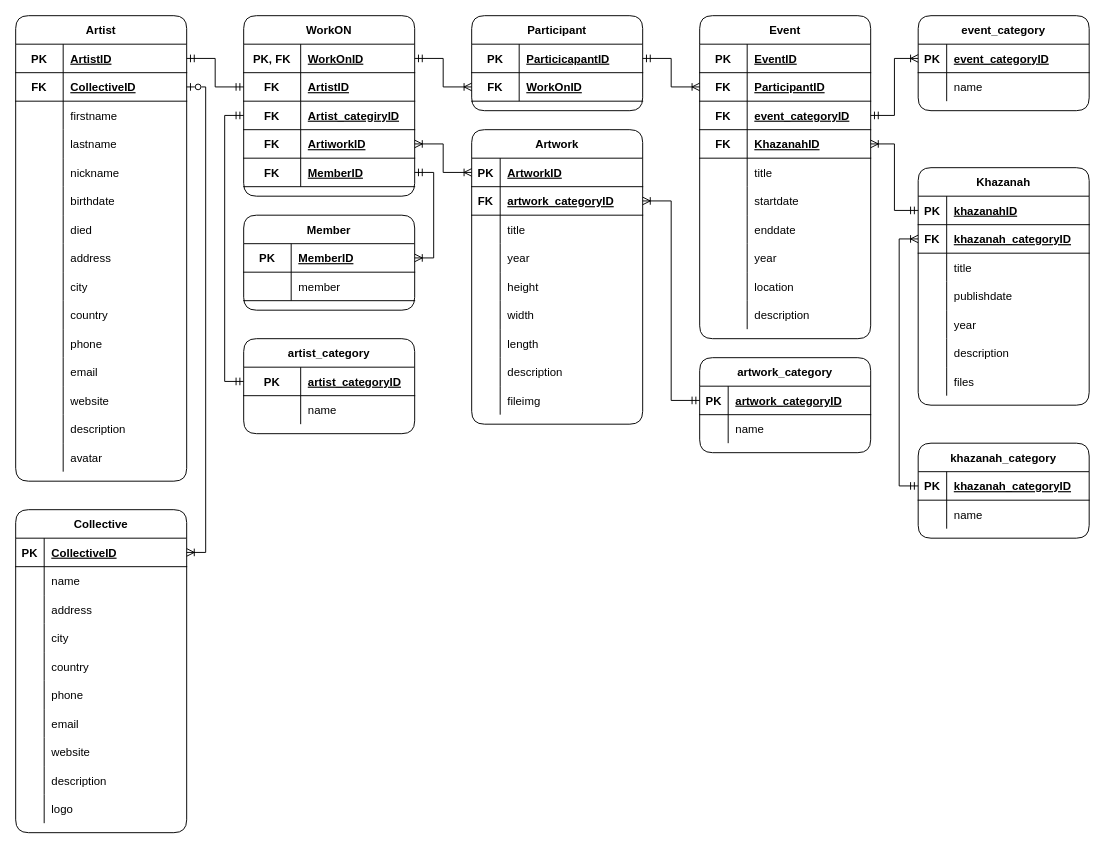
ancientfutures/gitbook keeps this draw.io diagram as page "Erd Baru" (2 of 2) of documents/backend/database/arsipdb.drawio. Above is the earlier version. Source tidied: cells renumbered, new cells numbered last; positions are measured from the earlier drawing's top-left corner, leaving out a move shared by most shapes. Both pictures are drawn from the tidied source at 95%, with x=0, y=0 at pixel (15, 15).
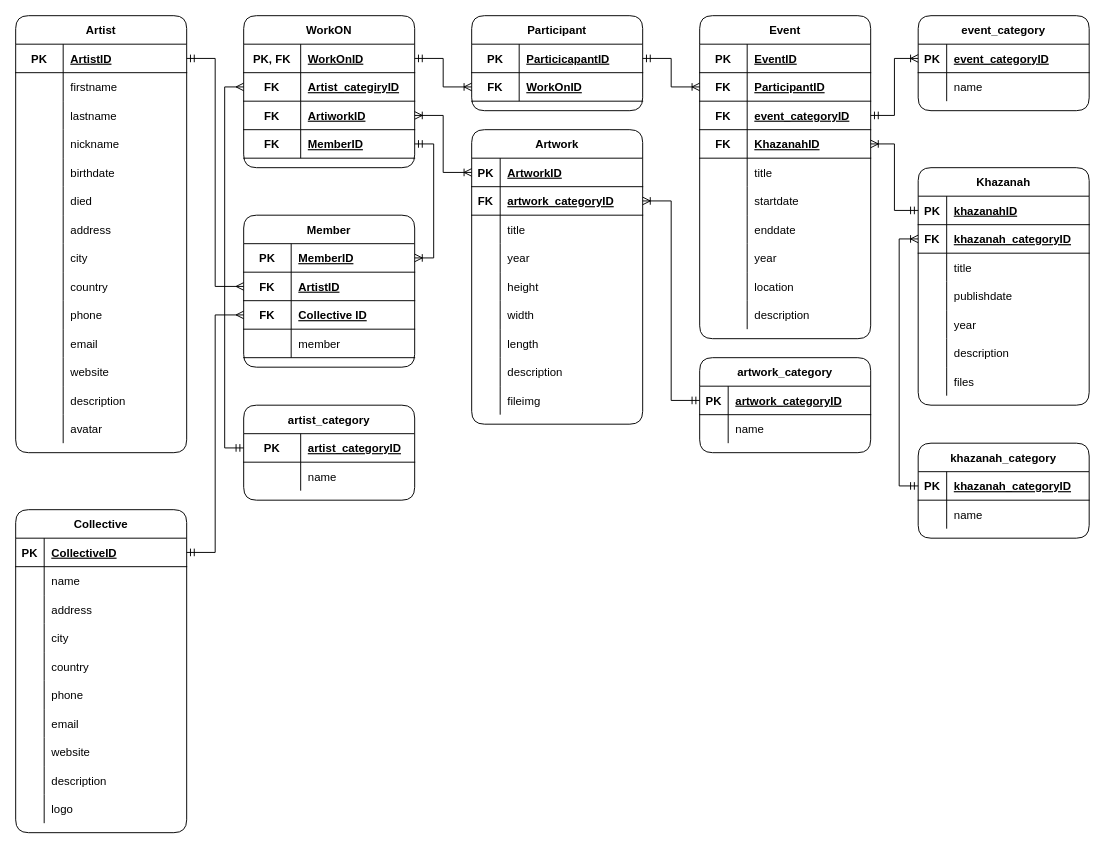
Above is the later version.

The change refers to these unchanged cells:
```xml
<mxCell id="3" style="shape=tableRow;horizontal=0;startSize=0;swimlaneHead=0;swimlaneBody=0;fillColor=none;points=[[0,0.5],[1,0.5]];portConstraint=eastwest;top=0;left=0;right=0;bottom=1;" parent="2" vertex="1">
  <mxGeometry y="30" width="180" height="30" as="geometry" />
</mxCell>
<mxCell id="49" style="shape=tableRow;horizontal=0;startSize=0;swimlaneHead=0;swimlaneBody=0;fillColor=none;points=[[0,0.5],[1,0.5]];portConstraint=eastwest;top=0;left=0;right=0;bottom=1;" parent="48" vertex="1">
  <mxGeometry y="30" width="180" height="30" as="geometry" />
</mxCell>
<mxCell id="182" style="shape=tableRow;horizontal=0;startSize=0;swimlaneHead=0;swimlaneBody=0;fillColor=none;points=[[0,0.5],[1,0.5]];portConstraint=eastwest;top=0;left=0;right=0;bottom=1;" parent="181" vertex="1">
  <mxGeometry y="30" width="180" height="30" as="geometry" />
</mxCell>
```

What changed in the source:
```diff
@@
     <mxCell id="2" value="Artist" style="shape=table;startSize=30;childLayout=tableLayout;rowLines=0;fontStyle=1;align=center;rounded=1;" parent="1" vertex="1">
-      <mxGeometry width="180" height="490" as="geometry" />
+      <mxGeometry width="180" height="460" as="geometry" />
     </mxCell>
@@
-    <mxCell id="6" style="shape=tableRow;horizontal=0;startSize=0;swimlaneHead=0;swimlaneBody=0;fillColor=none;points=[[0,0.5],[1,0.5]];portConstraint=eastwest;top=0;left=0;right=0;bottom=1;" parent="2" vertex="1">
-      <mxGeometry y="60" width="180" height="30" as="geometry" />
-    </mxCell>
-    <mxCell id="7" value="FK" style="shape=partialRectangle;fillColor=none;top=0;left=0;bottom=0;right=0;fontStyle=1;overflow=hidden;" parent="6" vertex="1">
-      <mxGeometry width="50" height="30" as="geometry" />
-    </mxCell>
-    <mxCell id="8" value="CollectiveID" style="shape=partialRectangle;fillColor=none;top=0;left=0;bottom=0;right=0;align=left;spacingLeft=6;fontStyle=5;overflow=hidden;" parent="6" vertex="1">
-      <mxGeometry x="50" width="130" height="30" as="geometry" />
-    </mxCell>
     <mxCell id="9" style="shape=tableRow;horizontal=0;startSize=0;swimlaneHead=0;swimlaneBody=0;fillColor=none;top=0;left=0;right=0;bottom=0;" parent="2" vertex="1">
-      <mxGeometry y="90" width="180" height="30" as="geometry" />
+      <mxGeometry y="60" width="180" height="30" as="geometry" />
     </mxCell>
@@
     <mxCell id="12" style="shape=tableRow;horizontal=0;startSize=0;swimlaneHead=0;swimlaneBody=0;fillColor=none;top=0;left=0;right=0;bottom=0;" parent="2" vertex="1">
-      <mxGeometry y="120" width="180" height="30" as="geometry" />
+      <mxGeometry y="90" width="180" height="30" as="geometry" />
     </mxCell>
@@
     <mxCell id="15" style="shape=tableRow;horizontal=0;startSize=0;swimlaneHead=0;swimlaneBody=0;fillColor=none;top=0;left=0;right=0;bottom=0;" parent="2" vertex="1">
-      <mxGeometry y="150" width="180" height="30" as="geometry" />
+      <mxGeometry y="120" width="180" height="30" as="geometry" />
     </mxCell>
@@
     <mxCell id="18" style="shape=tableRow;horizontal=0;startSize=0;swimlaneHead=0;swimlaneBody=0;fillColor=none;top=0;left=0;right=0;bottom=0;" parent="2" vertex="1">
-      <mxGeometry y="180" width="180" height="30" as="geometry" />
+      <mxGeometry y="150" width="180" height="30" as="geometry" />
     </mxCell>
@@
     <mxCell id="21" style="shape=tableRow;horizontal=0;startSize=0;swimlaneHead=0;swimlaneBody=0;fillColor=none;top=0;left=0;right=0;bottom=0;" parent="2" vertex="1">
-      <mxGeometry y="210" width="180" height="30" as="geometry" />
+      <mxGeometry y="180" width="180" height="30" as="geometry" />
     </mxCell>
@@
     <mxCell id="24" style="shape=tableRow;horizontal=0;startSize=0;swimlaneHead=0;swimlaneBody=0;fillColor=none;top=0;left=0;right=0;bottom=0;" parent="2" vertex="1">
-      <mxGeometry y="240" width="180" height="30" as="geometry" />
+      <mxGeometry y="210" width="180" height="30" as="geometry" />
     </mxCell>
@@
     <mxCell id="27" style="shape=tableRow;horizontal=0;startSize=0;swimlaneHead=0;swimlaneBody=0;fillColor=none;top=0;left=0;right=0;bottom=0;" parent="2" vertex="1">
-      <mxGeometry y="270" width="180" height="30" as="geometry" />
+      <mxGeometry y="240" width="180" height="30" as="geometry" />
     </mxCell>
@@
     <mxCell id="30" style="shape=tableRow;horizontal=0;startSize=0;swimlaneHead=0;swimlaneBody=0;fillColor=none;top=0;left=0;right=0;bottom=0;" parent="2" vertex="1">
-      <mxGeometry y="300" width="180" height="30" as="geometry" />
+      <mxGeometry y="270" width="180" height="30" as="geometry" />
     </mxCell>
@@
     <mxCell id="33" style="shape=tableRow;horizontal=0;startSize=0;swimlaneHead=0;swimlaneBody=0;fillColor=none;top=0;left=0;right=0;bottom=0;" parent="2" vertex="1">
-      <mxGeometry y="330" width="180" height="30" as="geometry" />
+      <mxGeometry y="300" width="180" height="30" as="geometry" />
     </mxCell>
@@
     <mxCell id="36" style="shape=tableRow;horizontal=0;startSize=0;swimlaneHead=0;swimlaneBody=0;fillColor=none;top=0;left=0;right=0;bottom=0;" parent="2" vertex="1">
-      <mxGeometry y="360" width="180" height="30" as="geometry" />
+      <mxGeometry y="330" width="180" height="30" as="geometry" />
     </mxCell>
@@
     <mxCell id="39" style="shape=tableRow;horizontal=0;startSize=0;swimlaneHead=0;swimlaneBody=0;fillColor=none;top=0;left=0;right=0;bottom=0;" parent="2" vertex="1">
-      <mxGeometry y="390" width="180" height="30" as="geometry" />
+      <mxGeometry y="360" width="180" height="30" as="geometry" />
     </mxCell>
@@
     <mxCell id="42" style="shape=tableRow;horizontal=0;startSize=0;swimlaneHead=0;swimlaneBody=0;fillColor=none;top=0;left=0;right=0;bottom=0;" parent="2" vertex="1">
-      <mxGeometry y="420" width="180" height="30" as="geometry" />
+      <mxGeometry y="390" width="180" height="30" as="geometry" />
     </mxCell>
@@
     <mxCell id="45" style="shape=tableRow;horizontal=0;startSize=0;swimlaneHead=0;swimlaneBody=0;fillColor=none;top=0;left=0;right=0;bottom=0;" parent="2" vertex="1">
-      <mxGeometry y="450" width="180" height="30" as="geometry" />
+      <mxGeometry y="420" width="180" height="30" as="geometry" />
     </mxCell>
@@
     <mxCell id="181" value="artist_category" style="shape=table;startSize=30;childLayout=tableLayout;rowLines=0;fontStyle=1;align=center;rounded=1;swimlaneLine=1;sketch=0;" parent="1" vertex="1">
-      <mxGeometry x="240" y="340" width="180" height="100" as="geometry" />
+      <mxGeometry x="240" y="410" width="180" height="100" as="geometry" />
     </mxCell>
@@
     <mxCell id="195" value="WorkON" style="shape=table;startSize=30;childLayout=tableLayout;rowLines=0;fontStyle=1;align=center;rounded=1;swimlaneLine=1;sketch=0;" parent="1" vertex="1">
-      <mxGeometry x="240" width="180" height="190" as="geometry" />
+      <mxGeometry x="240" width="180" height="160" as="geometry" />
     </mxCell>
@@
-    <mxCell id="199" style="shape=tableRow;horizontal=0;startSize=0;swimlaneHead=0;swimlaneBody=0;fillColor=none;points=[[0,0.5],[1,0.5]];portConstraint=eastwest;top=0;left=0;right=0;bottom=1;" parent="195" vertex="1">
-      <mxGeometry y="60" width="180" height="30" as="geometry" />
-    </mxCell>
-    <mxCell id="200" value="FK" style="shape=partialRectangle;fillColor=none;top=0;left=0;bottom=0;right=0;fontStyle=1;overflow=hidden;" parent="199" vertex="1">
-      <mxGeometry width="60" height="30" as="geometry" />
-    </mxCell>
-    <mxCell id="201" value="ArtistID" style="shape=partialRectangle;fillColor=none;top=0;left=0;bottom=0;right=0;align=left;spacingLeft=6;fontStyle=5;overflow=hidden;" parent="199" vertex="1">
-      <mxGeometry x="60" width="120" height="30" as="geometry" />
-    </mxCell>
     <mxCell id="202" style="shape=tableRow;horizontal=0;startSize=0;swimlaneHead=0;swimlaneBody=0;fillColor=none;points=[[0,0.5],[1,0.5]];portConstraint=eastwest;top=0;left=0;right=0;bottom=1;" parent="195" vertex="1">
-      <mxGeometry y="90" width="180" height="30" as="geometry" />
+      <mxGeometry y="60" width="180" height="30" as="geometry" />
     </mxCell>
@@
     <mxCell id="205" style="shape=tableRow;horizontal=0;startSize=0;swimlaneHead=0;swimlaneBody=0;fillColor=none;points=[[0,0.5],[1,0.5]];portConstraint=eastwest;top=0;left=0;right=0;bottom=1;" parent="195" vertex="1">
-      <mxGeometry y="120" width="180" height="30" as="geometry" />
+      <mxGeometry y="90" width="180" height="30" as="geometry" />
     </mxCell>
@@
     <mxCell id="208" style="shape=tableRow;horizontal=0;startSize=0;swimlaneHead=0;swimlaneBody=0;fillColor=none;points=[[0,0.5],[1,0.5]];portConstraint=eastwest;top=0;left=0;right=0;bottom=1;" parent="195" vertex="1">
-      <mxGeometry y="150" width="180" height="30" as="geometry" />
+      <mxGeometry y="120" width="180" height="30" as="geometry" />
     </mxCell>
@@
     <mxCell id="211" value="Member" style="shape=table;startSize=30;childLayout=tableLayout;rowLines=0;fontStyle=1;align=center;rounded=1;swimlaneLine=1;sketch=0;" parent="1" vertex="1">
-      <mxGeometry x="240" y="210" width="180" height="100" as="geometry" />
+      <mxGeometry x="240" y="210" width="180" height="160" as="geometry" />
     </mxCell>
@@
+    <mxCell id="229" style="shape=tableRow;horizontal=0;startSize=0;swimlaneHead=0;swimlaneBody=0;fillColor=none;points=[[0,0.5],[1,0.5]];portConstraint=eastwest;top=0;left=0;right=0;bottom=1;" parent="211" vertex="1">
+      <mxGeometry y="60" width="180" height="30" as="geometry" />
+    </mxCell>
+    <mxCell id="230" value="FK" style="shape=partialRectangle;fillColor=none;top=0;left=0;bottom=0;right=0;fontStyle=1;overflow=hidden;" parent="229" vertex="1">
+      <mxGeometry width="50" height="30" as="geometry" />
+    </mxCell>
+    <mxCell id="201" value="ArtistID" style="shape=partialRectangle;fillColor=none;top=0;left=0;bottom=0;right=0;align=left;spacingLeft=6;fontStyle=5;overflow=hidden;" parent="229" vertex="1">
+      <mxGeometry x="50" width="130" height="30" as="geometry" />
+    </mxCell>
+    <mxCell id="231" style="shape=tableRow;horizontal=0;startSize=0;swimlaneHead=0;swimlaneBody=0;fillColor=none;points=[[0,0.5],[1,0.5]];portConstraint=eastwest;top=0;left=0;right=0;bottom=1;" parent="211" vertex="1">
+      <mxGeometry y="90" width="180" height="30" as="geometry" />
+    </mxCell>
+    <mxCell id="232" value="FK" style="shape=partialRectangle;fillColor=none;top=0;left=0;bottom=0;right=0;fontStyle=1;overflow=hidden;" parent="231" vertex="1">
+      <mxGeometry width="50" height="30" as="geometry" />
+    </mxCell>
+    <mxCell id="233" value="Collective ID" style="shape=partialRectangle;fillColor=none;top=0;left=0;bottom=0;right=0;align=left;spacingLeft=6;fontStyle=5;overflow=hidden;" parent="231" vertex="1">
+      <mxGeometry x="50" width="130" height="30" as="geometry" />
+    </mxCell>
     <mxCell id="215" style="shape=tableRow;horizontal=0;startSize=0;swimlaneHead=0;swimlaneBody=0;fillColor=none;top=0;left=0;right=0;bottom=1;" parent="211" vertex="1">
-      <mxGeometry y="60" width="180" height="30" as="geometry" />
+      <mxGeometry y="120" width="180" height="30" as="geometry" />
     </mxCell>
@@
-    <mxCell id="220" style="edgeStyle=orthogonalEdgeStyle;rounded=0;jettySize=auto;html=1;exitX=1;exitY=0.5;exitDx=0;exitDy=0;entryX=0;entryY=0.5;entryDx=0;entryDy=0;startArrow=ERmandOne;startFill=0;endArrow=ERmandOne;endFill=0;" parent="1" edge="1" source="3" target="199">
-      <mxGeometry relative="1" as="geometry" />
-    </mxCell>
@@
-    <mxCell id="226" style="edgeStyle=orthogonalEdgeStyle;rounded=0;jettySize=auto;html=1;exitX=1;exitY=0.5;exitDx=0;exitDy=0;entryX=1;entryY=0.5;entryDx=0;entryDy=0;startArrow=ERoneToMany;startFill=0;endArrow=ERzeroToOne;endFill=0;" parent="1" edge="1" source="49" target="6">
-      <mxGeometry relative="1" as="geometry" />
-    </mxCell>
@@
-    <mxCell id="228" style="edgeStyle=orthogonalEdgeStyle;rounded=0;jettySize=auto;html=1;exitX=0;exitY=0.5;exitDx=0;exitDy=0;entryX=0;entryY=0.5;entryDx=0;entryDy=0;startArrow=ERmandOne;startFill=0;endArrow=ERmandOne;endFill=0;" parent="1" edge="1" source="182" target="202">
+    <mxCell id="228" style="edgeStyle=orthogonalEdgeStyle;rounded=0;jettySize=auto;html=1;exitX=0;exitY=0.5;exitDx=0;exitDy=0;entryX=0;entryY=0.5;entryDx=0;entryDy=0;startArrow=ERmandOne;startFill=0;endArrow=ERmany;endFill=0;" parent="1" edge="1" source="182" target="202">
       <mxGeometry relative="1" as="geometry" />
     </mxCell>
+    <mxCell id="234" style="edgeStyle=orthogonalEdgeStyle;rounded=0;jettySize=auto;html=1;exitX=1;exitY=0.5;exitDx=0;exitDy=0;startArrow=ERmandOne;startFill=0;endArrow=ERmany;endFill=0;" parent="1" edge="1" source="3" target="229">
+      <mxGeometry relative="1" as="geometry" />
+    </mxCell>
+    <mxCell id="235" style="edgeStyle=orthogonalEdgeStyle;rounded=0;jettySize=auto;html=1;exitX=1;exitY=0.5;exitDx=0;exitDy=0;entryX=0;entryY=0.5;entryDx=0;entryDy=0;startArrow=ERmandOne;startFill=0;endArrow=ERmany;endFill=0;" parent="1" edge="1" source="49" target="231">
+      <mxGeometry relative="1" as="geometry" />
+    </mxCell>
```
